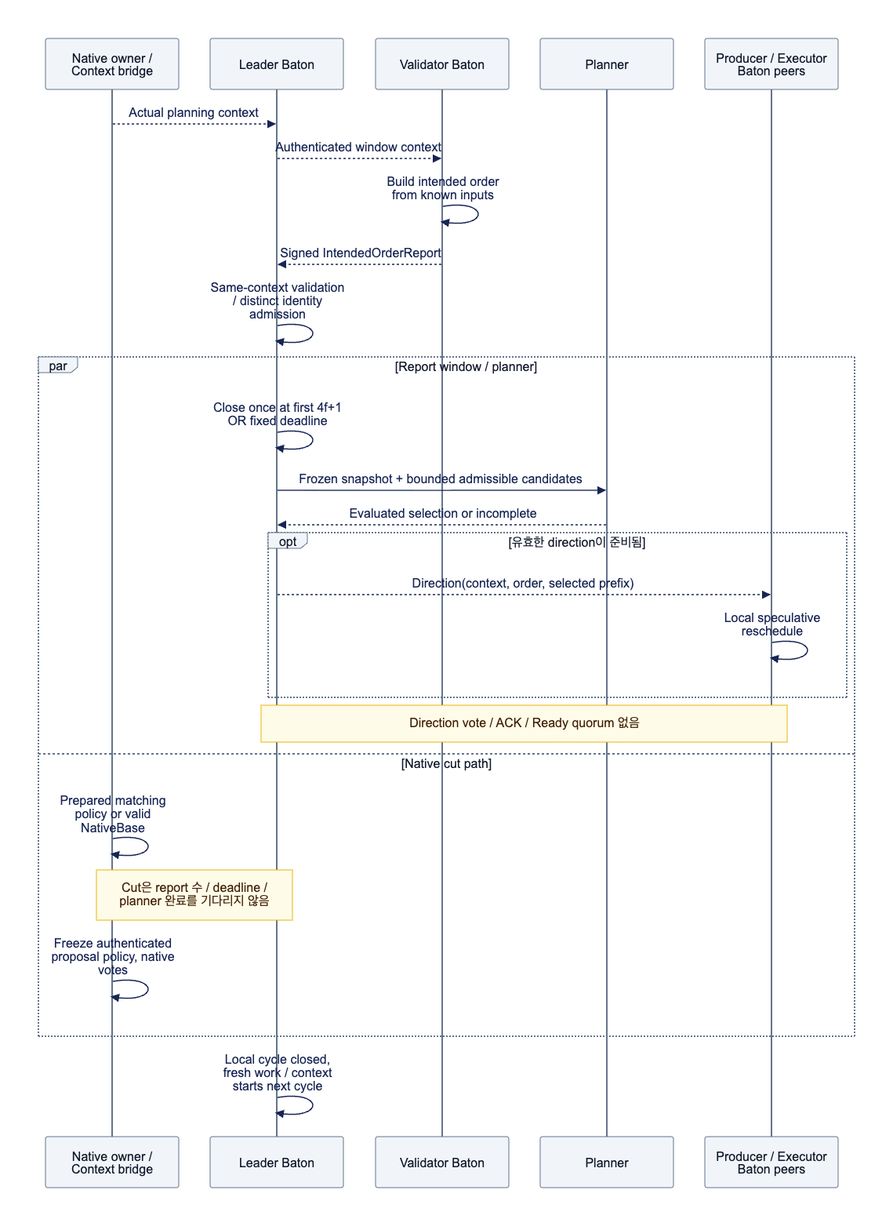
Earlier version of the Mermaid export assets/diagrams/diagram-06.png (djm07073/baton-research). Its source is kept beside it as assets/diagrams/diagram-06.mmd. Source of this version:
```mermaid
sequenceDiagram
    participant N as Native owner / Context bridge
    participant L as Leader Baton
    participant V as Validator Baton
    participant P as Planner
    participant X as Producer / Executor Baton peers
    N-->>L: Actual planning context
    L-->>V: Authenticated window context
    V->>V: Build intended order from known inputs
    V-->>L: Signed IntendedOrderReport
    L->>L: Same-context validation / distinct identity admission
    par Report window / planner
        L->>L: Close once at first 4f+1 OR fixed deadline
        L->>P: Frozen snapshot + bounded admissible candidates
        P-->>L: Evaluated selection or incomplete
        opt 유효한 direction이 준비됨
            L-->>X: Direction(context, order, selected prefix)
            X->>X: Local speculative reschedule
        end
        Note over L,X: Direction vote / ACK / Ready quorum 없음
    and Native cut path
        N->>N: Prepared matching policy or valid NativeBase
        Note over N,L: Cut은 report 수 / deadline / planner 완료를 기다리지 않음
        N->>N: Freeze authenticated proposal policy, native votes
    end
    L->>L: Local cycle closed, fresh work / context starts next cycle
```
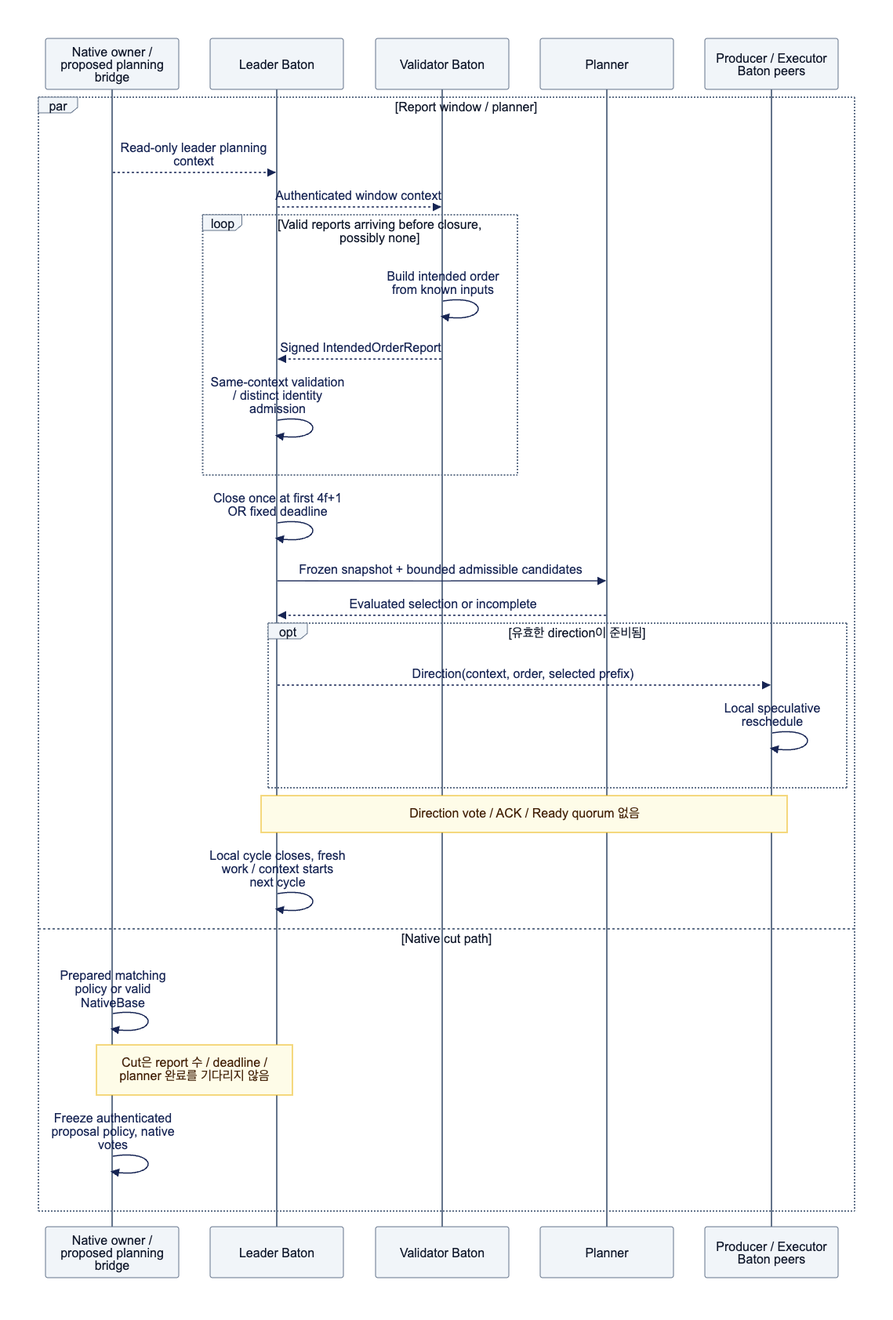
The same diagram one commit later.

Change to the diagram source:
```diff
@@ -1,15 +1,17 @@
 sequenceDiagram
-    participant N as Native owner / Context bridge
+    participant N as Native owner / proposed planning bridge
     participant L as Leader Baton
     participant V as Validator Baton
     participant P as Planner
     participant X as Producer / Executor Baton peers
-    N-->>L: Actual planning context
-    L-->>V: Authenticated window context
-    V->>V: Build intended order from known inputs
-    V-->>L: Signed IntendedOrderReport
-    L->>L: Same-context validation / distinct identity admission
     par Report window / planner
+        N-->>L: Read-only leader planning context
+        L-->>V: Authenticated window context
+        loop Valid reports arriving before closure, possibly none
+            V->>V: Build intended order from known inputs
+            V-->>L: Signed IntendedOrderReport
+            L->>L: Same-context validation / distinct identity admission
+        end
         L->>L: Close once at first 4f+1 OR fixed deadline
         L->>P: Frozen snapshot + bounded admissible candidates
         P-->>L: Evaluated selection or incomplete
@@ -18,9 +20,9 @@
             X->>X: Local speculative reschedule
         end
         Note over L,X: Direction vote / ACK / Ready quorum 없음
+        L->>L: Local cycle closes, fresh work / context starts next cycle
     and Native cut path
         N->>N: Prepared matching policy or valid NativeBase
         Note over N,L: Cut은 report 수 / deadline / planner 완료를 기다리지 않음
         N->>N: Freeze authenticated proposal policy, native votes
     end
-    L->>L: Local cycle closed, fresh work / context starts next cycle
```
